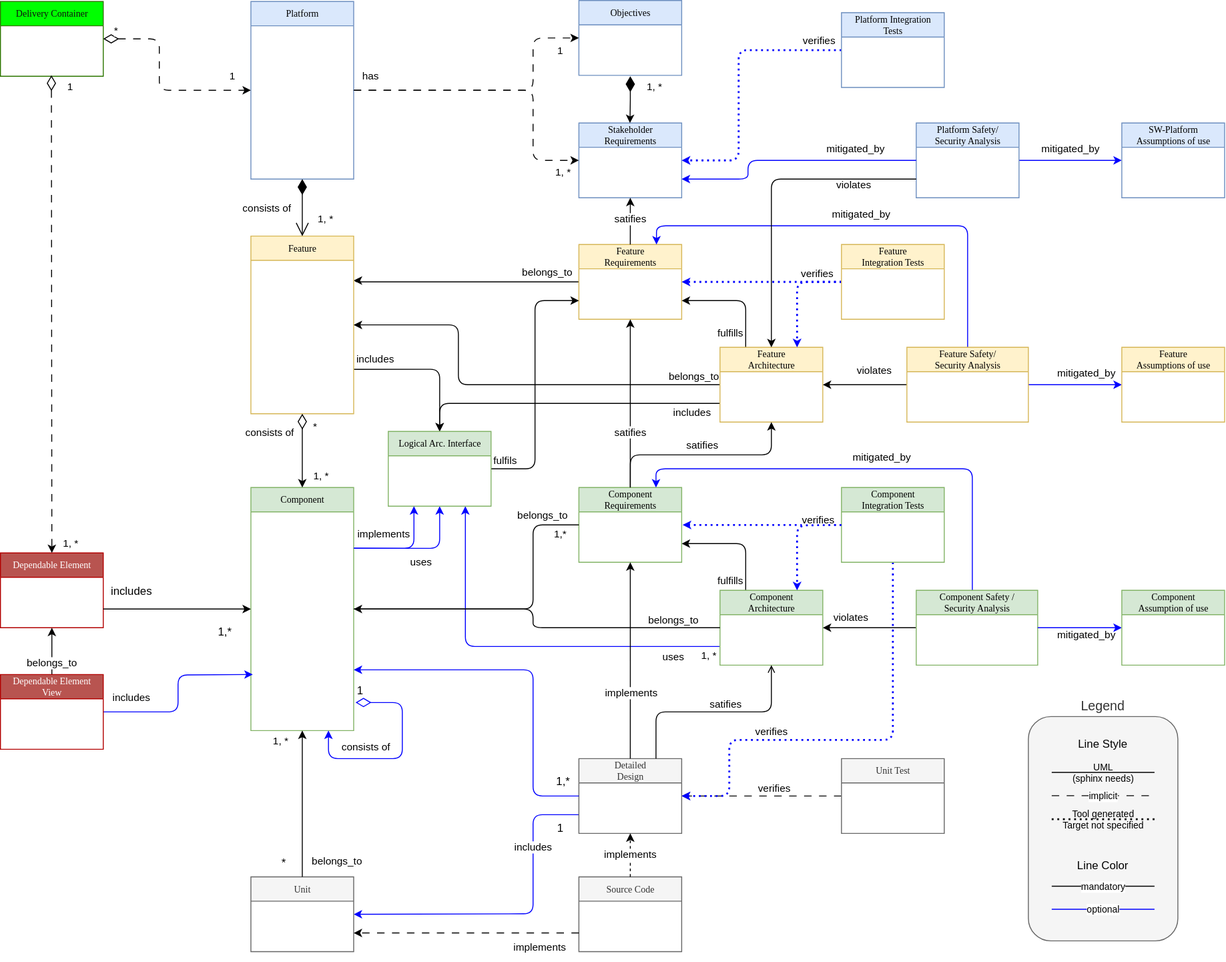
eclipse-score/process_description keeps this draw.io diagram as main/_images/score_building_blocks_meta_model.drawio.svg. Above is the earlier version. Source tidied: cells renumbered, new cells last; positions are measured from the earlier drawing's top-left corner, leaving out a move shared by most shapes.
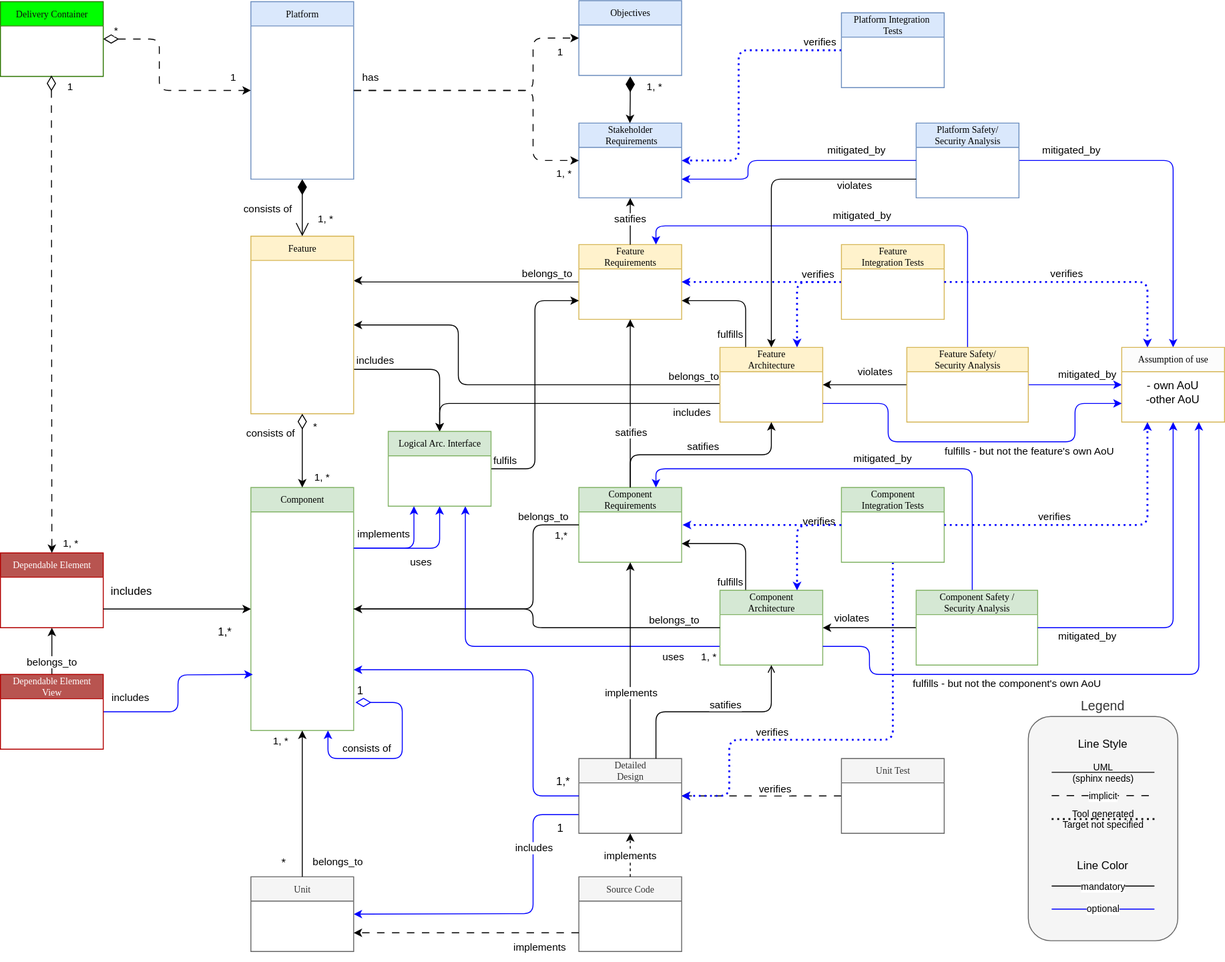
After the change.

Change to the diagram source:
```diff
@@ -130,11 +130,10 @@
     <mxCell id="30" value="Source Code" style="swimlane;html=1;fontStyle=0;horizontal=1;startSize=26;fillColor=#f5f5f5;swimlaneFillColor=#ffffff;rounded=0;shadow=0;comic=0;labelBackgroundColor=none;strokeWidth=1;fontFamily=Verdana;fontSize=10;align=center;fontColor=#333333;strokeColor=#666666;" parent="1" vertex="1">
       <mxGeometry x="619" y="937.5" width="110" height="80" as="geometry" />
     </mxCell>
-    <mxCell id="31" style="edgeStyle=orthogonalEdgeStyle;rounded=0;jettySize=auto;html=1;entryX=0;entryY=0.5;entryDx=0;entryDy=0;exitX=1;exitY=0.5;exitDx=0;exitDy=0;strokeColor=#0000FF;" parent="1" edge="1" source="107" target="104">
+    <mxCell id="31" style="edgeStyle=orthogonalEdgeStyle;rounded=1;jettySize=auto;html=1;entryX=0.5;entryY=0;entryDx=0;entryDy=0;exitX=1;exitY=0.5;exitDx=0;exitDy=0;strokeColor=#0000FF;" parent="1" edge="1" source="107" target="75">
       <mxGeometry relative="1" as="geometry">
         <Array as="points">
-          <mxPoint x="1170" y="171" />
-          <mxPoint x="1170" y="171" />
+          <mxPoint x="1255" y="171" />
         </Array>
       </mxGeometry>
     </mxCell>
@@ -349,9 +348,12 @@
     <mxCell id="74" value="Feature Safety/&lt;br&gt;Security Analysis" style="swimlane;html=1;fontStyle=0;horizontal=1;startSize=26;fillColor=#fff2cc;swimlaneFillColor=#ffffff;rounded=0;shadow=0;comic=0;labelBackgroundColor=none;strokeWidth=1;fontFamily=Verdana;fontSize=10;align=center;strokeColor=#d6b656;" parent="1" vertex="1">
       <mxGeometry x="970" y="371" width="130" height="80" as="geometry" />
     </mxCell>
-    <mxCell id="75" value="Feature &lt;br&gt;Assumptions of use" style="swimlane;html=1;fontStyle=0;horizontal=1;startSize=26;fillColor=#fff2cc;swimlaneFillColor=#ffffff;rounded=0;shadow=0;comic=0;labelBackgroundColor=none;strokeWidth=1;fontFamily=Verdana;fontSize=10;align=center;strokeColor=#d6b656;" parent="1" vertex="1">
+    <mxCell id="75" value="Assumption of use" style="swimlane;html=1;fontStyle=0;horizontal=1;startSize=26;fillColor=#fcfcfc;swimlaneFillColor=#ffffff;rounded=0;shadow=0;comic=0;labelBackgroundColor=none;strokeWidth=1;fontFamily=Verdana;fontSize=10;align=center;strokeColor=#d6b656;" parent="1" vertex="1">
       <mxGeometry x="1200" y="371" width="110" height="80" as="geometry" />
     </mxCell>
+    <mxCell id="130" value="- own AoU&lt;br&gt;-other AoU" style="text;html=1;strokeColor=none;fillColor=none;align=center;verticalAlign=middle;whiteSpace=wrap;rounded=0;" parent="75" vertex="1">
+      <mxGeometry y="26" width="110" height="44" as="geometry" />
+    </mxCell>
     <mxCell id="76" style="edgeStyle=orthogonalEdgeStyle;rounded=1;jettySize=auto;html=1;entryX=1;entryY=0.5;entryDx=0;entryDy=0;dashed=1;curved=0;strokeColor=#0000FF;dashPattern=1 2;strokeWidth=2;endSize=3;" parent="1" edge="1" source="77" target="32">
       <mxGeometry relative="1" as="geometry">
         <Array as="points">
@@ -423,12 +425,9 @@
     <mxCell id="90" value="Component Safety /&lt;br&gt;Security Analysis" style="swimlane;html=1;fontStyle=0;horizontal=1;startSize=26;fillColor=#d5e8d4;swimlaneFillColor=#ffffff;rounded=0;shadow=0;comic=0;labelBackgroundColor=none;strokeWidth=1;fontFamily=Verdana;fontSize=10;align=center;strokeColor=#82b366;" parent="1" vertex="1">
       <mxGeometry x="980" y="631" width="130" height="80" as="geometry" />
     </mxCell>
-    <mxCell id="91" style="edgeStyle=orthogonalEdgeStyle;rounded=0;jettySize=auto;html=1;entryX=1;entryY=0.5;entryDx=0;entryDy=0;startArrow=classic;startFill=1;endArrow=none;endFill=0;strokeColor=#0000FF;" parent="1" edge="1" source="92" target="90">
+    <mxCell id="91" style="edgeStyle=orthogonalEdgeStyle;rounded=1;jettySize=auto;html=1;entryX=1;entryY=0.5;entryDx=0;entryDy=0;startArrow=classic;startFill=1;endArrow=none;endFill=0;strokeColor=#0000FF;exitX=0.5;exitY=1;exitDx=0;exitDy=0;" parent="1" edge="1" source="75" target="90">
       <mxGeometry relative="1" as="geometry" />
     </mxCell>
-    <mxCell id="92" value="Component&lt;br&gt;Assumption of use" style="swimlane;html=1;fontStyle=0;horizontal=1;startSize=26;fillColor=#d5e8d4;swimlaneFillColor=#ffffff;rounded=0;shadow=0;comic=0;labelBackgroundColor=none;strokeWidth=1;fontFamily=Verdana;fontSize=10;align=center;strokeColor=#82b366;" parent="1" vertex="1">
-      <mxGeometry x="1200" y="631" width="110" height="80" as="geometry" />
-    </mxCell>
     <mxCell id="93" value="violates" style="edgeLabel;html=1;align=center;verticalAlign=middle;" parent="1" vertex="1">
       <mxGeometry x="900" y="681" as="geometry">
         <mxPoint x="10" y="-21" as="offset" />
@@ -478,9 +477,6 @@
         <mxPoint x="900" y="561" as="sourcePoint" />
       </mxGeometry>
     </mxCell>
-    <mxCell id="104" value="SW-Platform&lt;br&gt;Assumptions of use" style="swimlane;html=1;fontStyle=0;horizontal=1;startSize=26;fillColor=#dae8fc;swimlaneFillColor=#ffffff;rounded=0;shadow=0;comic=0;labelBackgroundColor=none;strokeWidth=1;fontFamily=Verdana;fontSize=10;align=center;strokeColor=#6c8ebf;" parent="1" vertex="1">
-      <mxGeometry x="1200" y="131" width="110" height="80" as="geometry" />
-    </mxCell>
     <mxCell id="105" value="mitigated_by" style="edgeLabel;html=1;align=center;verticalAlign=middle;" parent="1" vertex="1">
       <mxGeometry x="1090" y="301" as="geometry">
         <mxPoint x="55" y="-142" as="offset" />
@@ -605,5 +601,50 @@
         <mxPoint x="13" y="-8" as="offset" />
       </mxGeometry>
     </mxCell>
+    <mxCell id="131" style="edgeStyle=orthogonalEdgeStyle;rounded=1;jettySize=auto;html=1;entryX=1;entryY=0.75;entryDx=0;entryDy=0;exitX=0;exitY=0.75;exitDx=0;exitDy=0;strokeColor=#0000ff;startArrow=classic;startFill=1;endArrow=none;endFill=0;" parent="1" edge="1" source="75" target="17">
+      <mxGeometry relative="1" as="geometry">
+        <Array as="points">
+          <mxPoint x="1150" y="431" />
+          <mxPoint x="1150" y="472" />
+          <mxPoint x="950" y="472" />
+          <mxPoint x="950" y="431" />
+        </Array>
+      </mxGeometry>
+    </mxCell>
+    <mxCell id="132" value="fulfills - but not the feature's own AoU" style="edgeLabel;html=1;align=center;verticalAlign=middle;" parent="131" vertex="1">
+      <mxGeometry x="-0.28" y="1" relative="1" as="geometry">
+        <mxPoint x="4" y="8" as="offset" />
+      </mxGeometry>
+    </mxCell>
+    <mxCell id="133" style="edgeStyle=orthogonalEdgeStyle;rounded=1;jettySize=auto;html=1;exitX=0.75;exitY=1;exitDx=0;exitDy=0;strokeColor=#0000ff;startArrow=classic;startFill=1;endArrow=none;endFill=0;entryX=1;entryY=0.75;entryDx=0;entryDy=0;" parent="1" edge="1" source="75" target="50">
+      <mxGeometry relative="1" as="geometry">
+        <Array as="points">
+          <mxPoint x="1283" y="721" />
+          <mxPoint x="930" y="721" />
+          <mxPoint x="930" y="691" />
+        </Array>
+      </mxGeometry>
+    </mxCell>
+    <mxCell id="134" value="fulfills - but not the component's own AoU" style="edgeLabel;html=1;align=center;verticalAlign=middle;" parent="133" vertex="1">
+      <mxGeometry x="0.35" y="-2" relative="1" as="geometry">
+        <mxPoint y="11" as="offset" />
+      </mxGeometry>
+    </mxCell>
+    <mxCell id="135" style="edgeStyle=orthogonalEdgeStyle;rounded=1;jettySize=auto;html=1;entryX=0.25;entryY=0;entryDx=0;entryDy=0;dashed=1;curved=0;strokeColor=#0000FF;dashPattern=1 2;strokeWidth=2;endSize=3;exitX=1;exitY=0.5;exitDx=0;exitDy=0;" parent="1" edge="1" source="80" target="75">
+      <mxGeometry relative="1" as="geometry" />
+    </mxCell>
+    <mxCell id="136" value="verifies" style="edgeLabel;html=1;align=center;verticalAlign=middle;" parent="135" vertex="1">
+      <mxGeometry x="-0.12" y="2" relative="1" as="geometry">
+        <mxPoint x="4" y="-8" as="offset" />
+      </mxGeometry>
+    </mxCell>
+    <mxCell id="137" style="edgeStyle=orthogonalEdgeStyle;rounded=1;jettySize=auto;html=1;entryX=0.25;entryY=1;entryDx=0;entryDy=0;dashed=1;curved=0;strokeColor=#0000FF;dashPattern=1 2;strokeWidth=2;endSize=3;exitX=1;exitY=0.5;exitDx=0;exitDy=0;" parent="1" edge="1" source="87" target="75">
+      <mxGeometry relative="1" as="geometry" />
+    </mxCell>
+    <mxCell id="138" value="verifies" style="edgeLabel;html=1;align=center;verticalAlign=middle;" parent="137" vertex="1">
+      <mxGeometry x="-0.29" relative="1" as="geometry">
+        <mxPoint y="-10" as="offset" />
+      </mxGeometry>
+    </mxCell>
   </root>
 </mxGraphModel>
```
